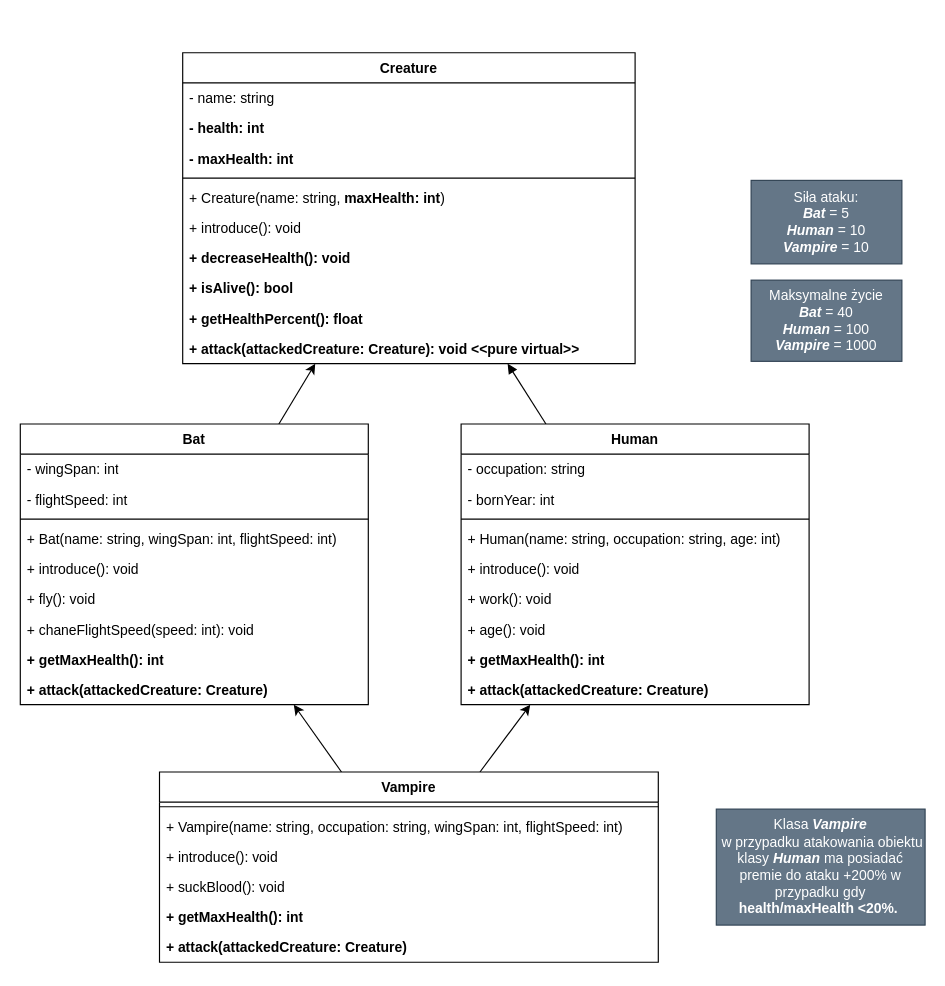
Earlier version of the draw.io diagram assets/vampireExtended.drawio (Kajkitsu/po). Source tidied: cells renumbered, new cells numbered last; positions are measured from the earlier drawing's top-left corner, leaving out a move shared by most shapes. Both pictures are drawn from the tidied source at 116%, with x=0, y=0 at pixel (20, 52).
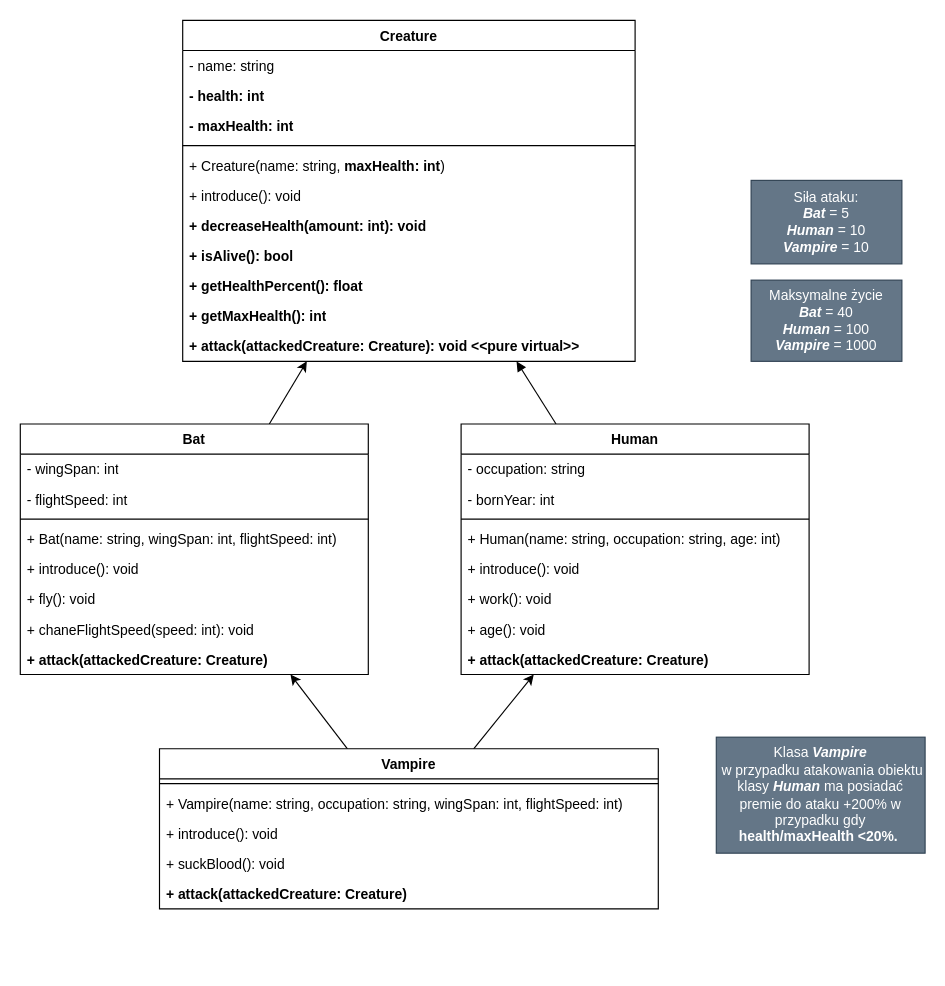
Above is the later version.

The edit, as a diff of the source:
```diff
@@
     <mxCell id="2" value="Creature" style="swimlane;fontStyle=1;align=center;verticalAlign=top;horizontal=1;startSize=26;whiteSpace=wrap;html=1;" parent="1" vertex="1">
-      <mxGeometry x="140" width="390" height="268" as="geometry" />
+      <mxGeometry x="140" y="-28" width="390" height="294" as="geometry" />
     </mxCell>
@@
-    <mxCell id="9" value="&lt;b&gt;+ decreaseHealth(): void&lt;/b&gt;" style="text;strokeColor=none;fillColor=none;align=left;verticalAlign=top;spacingLeft=4;spacingRight=4;overflow=hidden;whiteSpace=wrap;html=1;" parent="2" vertex="1">
+    <mxCell id="9" value="&lt;b&gt;+ decreaseHealth(amount: int): void&lt;/b&gt;" style="text;strokeColor=none;fillColor=none;align=left;verticalAlign=top;spacingLeft=4;spacingRight=4;overflow=hidden;whiteSpace=wrap;html=1;" parent="2" vertex="1">
       <mxGeometry y="164" width="390" height="26" as="geometry" />
     </mxCell>
@@
+    <mxCell id="47" value="&lt;b&gt;+ getMaxHealth(): int&lt;/b&gt;" style="text;strokeColor=none;fillColor=none;align=left;verticalAlign=top;spacingLeft=4;spacingRight=4;overflow=hidden;whiteSpace=wrap;html=1;" parent="2" vertex="1">
+      <mxGeometry y="242" width="390" height="26" as="geometry" />
+    </mxCell>
     <mxCell id="12" value="&lt;b&gt;+ attack(attackedCreature: Creature): void&amp;nbsp;&amp;lt;&amp;lt;pure virtual&amp;gt;&amp;gt;&lt;/b&gt;" style="text;strokeColor=none;fillColor=none;align=left;verticalAlign=top;spacingLeft=4;spacingRight=4;overflow=hidden;whiteSpace=wrap;html=1;" parent="2" vertex="1">
-      <mxGeometry y="242" width="390" height="26" as="geometry" />
+      <mxGeometry y="268" width="390" height="26" as="geometry" />
     </mxCell>
@@
     <mxCell id="14" value="Human" style="swimlane;fontStyle=1;align=center;verticalAlign=top;horizontal=1;startSize=26;whiteSpace=wrap;html=1;" parent="1" vertex="1">
-      <mxGeometry x="380" y="320" width="300" height="242" as="geometry" />
+      <mxGeometry x="380" y="320" width="300" height="216" as="geometry" />
     </mxCell>
@@
-    <mxCell id="22" value="&lt;b&gt;+ getMaxHealth(): int&lt;/b&gt;" style="text;strokeColor=none;fillColor=none;align=left;verticalAlign=top;spacingLeft=4;spacingRight=4;overflow=hidden;whiteSpace=wrap;html=1;" parent="14" vertex="1">
-      <mxGeometry y="190" width="300" height="26" as="geometry" />
-    </mxCell>
     <mxCell id="23" value="&lt;b&gt;+ attack(attackedCreature: Creature)&lt;/b&gt;" style="text;strokeColor=none;fillColor=none;align=left;verticalAlign=top;spacingLeft=4;spacingRight=4;overflow=hidden;whiteSpace=wrap;html=1;" parent="14" vertex="1">
-      <mxGeometry y="216" width="300" height="26" as="geometry" />
+      <mxGeometry y="190" width="300" height="26" as="geometry" />
     </mxCell>
@@
     <mxCell id="25" value="Bat" style="swimlane;fontStyle=1;align=center;verticalAlign=top;horizontal=1;startSize=26;whiteSpace=wrap;html=1;" parent="1" vertex="1">
-      <mxGeometry y="320" width="300" height="242" as="geometry" />
+      <mxGeometry y="320" width="300" height="216" as="geometry" />
     </mxCell>
@@
-    <mxCell id="33" value="&lt;b&gt;+ getMaxHealth(): int&lt;/b&gt;" style="text;strokeColor=none;fillColor=none;align=left;verticalAlign=top;spacingLeft=4;spacingRight=4;overflow=hidden;whiteSpace=wrap;html=1;" parent="25" vertex="1">
-      <mxGeometry y="190" width="300" height="26" as="geometry" />
-    </mxCell>
     <mxCell id="34" value="&lt;b&gt;+ attack(attackedCreature: Creature)&lt;/b&gt;" style="text;strokeColor=none;fillColor=none;align=left;verticalAlign=top;spacingLeft=4;spacingRight=4;overflow=hidden;whiteSpace=wrap;html=1;" parent="25" vertex="1">
-      <mxGeometry y="216" width="300" height="26" as="geometry" />
+      <mxGeometry y="190" width="300" height="26" as="geometry" />
     </mxCell>
@@
     <mxCell id="37" value="Vampire" style="swimlane;fontStyle=1;align=center;verticalAlign=top;horizontal=1;startSize=26;whiteSpace=wrap;html=1;" parent="1" vertex="1">
-      <mxGeometry x="120" y="620" width="430" height="164" as="geometry" />
+      <mxGeometry x="120" y="600" width="430" height="138" as="geometry" />
     </mxCell>
@@
-    <mxCell id="42" value="&lt;b&gt;+ getMaxHealth(): int&lt;/b&gt;" style="text;strokeColor=none;fillColor=none;align=left;verticalAlign=top;spacingLeft=4;spacingRight=4;overflow=hidden;whiteSpace=wrap;html=1;" parent="37" vertex="1">
-      <mxGeometry y="112" width="430" height="26" as="geometry" />
-    </mxCell>
     <mxCell id="43" value="&lt;b&gt;+ attack(attackedCreature: Creature)&lt;/b&gt;" style="text;strokeColor=none;fillColor=none;align=left;verticalAlign=top;spacingLeft=4;spacingRight=4;overflow=hidden;whiteSpace=wrap;html=1;" parent="37" vertex="1">
-      <mxGeometry y="138" width="430" height="26" as="geometry" />
+      <mxGeometry y="112" width="430" height="26" as="geometry" />
     </mxCell>
@@
     <mxCell id="46" value="Klasa&amp;nbsp;&lt;b&gt;&lt;i&gt;Vampire&lt;/i&gt;&lt;/b&gt;&lt;br&gt;&amp;nbsp;w przypadku atakowania obiektu klasy &lt;b&gt;&lt;i&gt;Human&lt;/i&gt;&lt;/b&gt;&amp;nbsp;ma posiadać premie do ataku +200% w przypadku gdy &lt;b style=&quot;border-color: var(--border-color); text-align: left;&quot;&gt;health/maxHealth &amp;lt;20%.&amp;nbsp;&lt;/b&gt;" style="rounded=0;whiteSpace=wrap;html=1;fillColor=#647687;fontColor=#ffffff;strokeColor=#314354;" parent="1" vertex="1">
-      <mxGeometry x="600" y="652" width="180" height="100" as="geometry" />
+      <mxGeometry x="600" y="590" width="180" height="100" as="geometry" />
     </mxCell>
```
